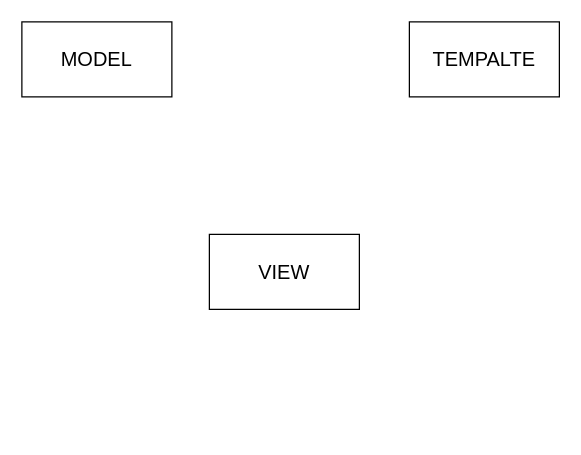
Earlier version of the draw.io diagram page "Page-2" (2 of 2) of documents/Schema.drawio (heyman7913/Stock-Management-and-Order-Placement-System). Source tidied: cells renumbered, new cells numbered last; positions are measured from the earlier drawing's top-left corner, leaving out a move shared by most shapes. Both pictures are drawn from the tidied source at 125%, with x=0, y=0 at pixel (21, 21).
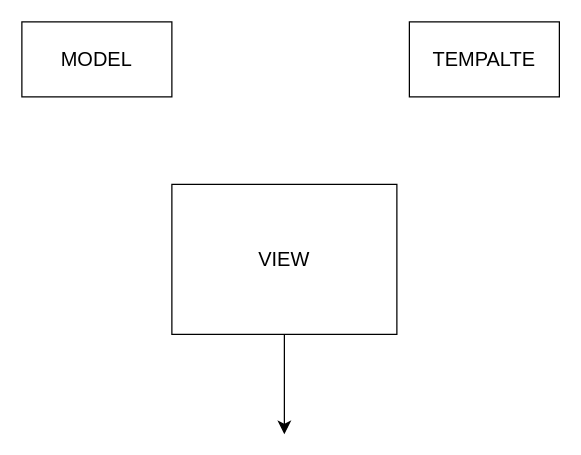
Above is the later version.

Change to the diagram source:
```diff
@@
 <mxGraphModel>
   <root>
     <mxCell id="0" />
     <mxCell id="1" parent="0" />
     <mxCell id="2" value="MODEL" style="rounded=0;whiteSpace=wrap;html=1;fontSize=16;" parent="1" vertex="1">
       <mxGeometry width="120" height="60" as="geometry" />
     </mxCell>
+    <mxCell id="5" style="edgeStyle=none;curved=1;rounded=0;jettySize=auto;html=1;fontSize=12;startSize=8;endSize=8;" parent="1" edge="1" source="3">
+      <mxGeometry relative="1" as="geometry">
+        <mxPoint x="210" y="330" as="targetPoint" />
+      </mxGeometry>
+    </mxCell>
     <mxCell id="3" value="VIEW" style="rounded=0;whiteSpace=wrap;html=1;fontSize=16;" parent="1" vertex="1">
-      <mxGeometry x="150" y="170" width="120" height="60" as="geometry" />
+      <mxGeometry x="120" y="130" width="180" height="120" as="geometry" />
     </mxCell>
     <mxCell id="4" value="TEMPALTE" style="rounded=0;whiteSpace=wrap;html=1;fontSize=16;" parent="1" vertex="1">
       <mxGeometry x="310" width="120" height="60" as="geometry" />
     </mxCell>
   </root>
 </mxGraphModel>
```
